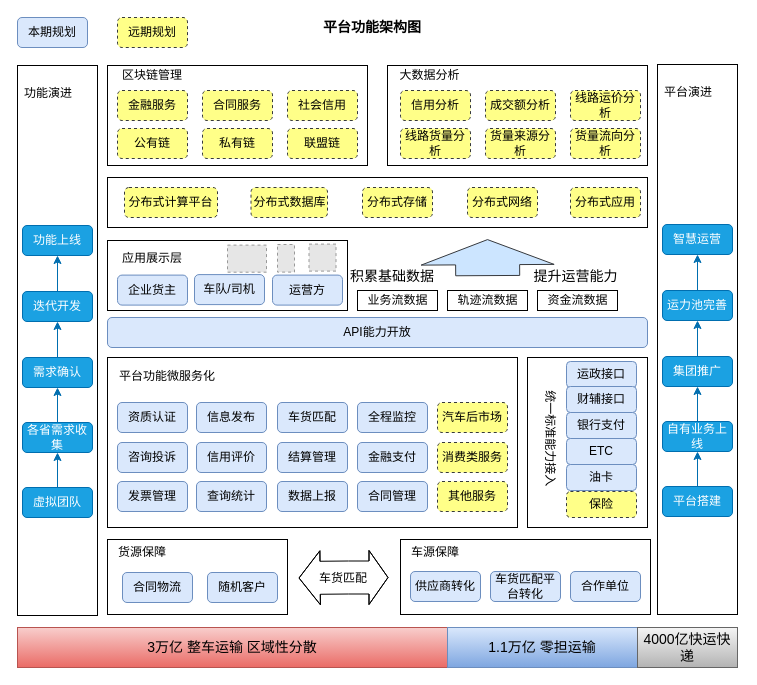
Above: 平台业务架构.drawio in chenyibang/rdpwrap (draw.io), before the change. Source tidied: cells renumbered, new cells numbered last; positions are measured from the earlier drawing's top-left corner, leaving out a move shared by most shapes. Both pictures are drawn from the tidied source at 100%, with x=0, y=0 at pixel (17, 17). Pictures stored in the file or linked from it are replaced by grey dashed boxes.
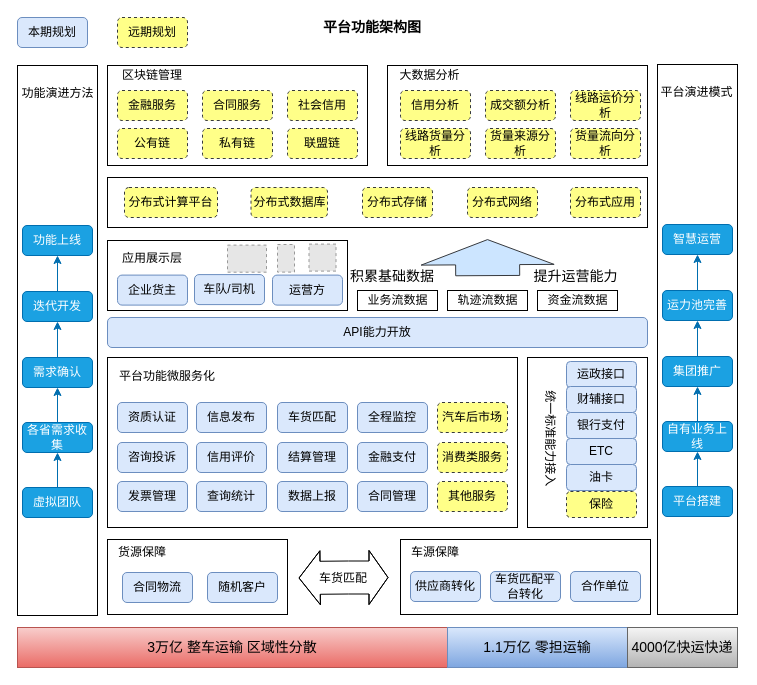
Above is the later version.

Commit message:
更新平台业务架构.drawio

What changed in the source:
```diff
@@
-    <mxCell id="79" value="功能演进" style="text;html=1;strokeColor=none;fillColor=none;align=center;verticalAlign=middle;whiteSpace=wrap;rounded=0;" parent="1" vertex="1">
-      <mxGeometry x="5" y="66" width="52" height="20" as="geometry" />
+    <mxCell id="79" value="功能演进方法" style="text;html=1;strokeColor=none;fillColor=none;align=center;verticalAlign=middle;whiteSpace=wrap;rounded=0;" parent="1" vertex="1">
+      <mxGeometry x="3" y="66" width="75" height="20" as="geometry" />
     </mxCell>
@@
-    <mxCell id="90" value="平台演进" style="text;html=1;strokeColor=none;fillColor=none;align=center;verticalAlign=middle;whiteSpace=wrap;rounded=0;" parent="1" vertex="1">
-      <mxGeometry x="645" y="65" width="52" height="20" as="geometry" />
+    <mxCell id="90" value="平台演进模式" style="text;html=1;strokeColor=none;fillColor=none;align=center;verticalAlign=middle;whiteSpace=wrap;rounded=0;" parent="1" vertex="1">
+      <mxGeometry x="637" y="65" width="85" height="20" as="geometry" />
     </mxCell>
@@
     <mxCell id="102" value="1.1万亿 零担运输" style="rounded=0;whiteSpace=wrap;html=1;strokeColor=#6c8ebf;strokeWidth=1;fontSize=14;fillColor=#dae8fc;gradientColor=#7ea6e0;" parent="1" vertex="1">
-      <mxGeometry x="430" y="610" width="190" height="40" as="geometry" />
+      <mxGeometry x="430" y="610" width="180" height="40" as="geometry" />
     </mxCell>
     <mxCell id="103" value="4000亿快运快递" style="rounded=0;whiteSpace=wrap;html=1;strokeColor=#666666;strokeWidth=1;fontSize=14;fillColor=#f5f5f5;gradientColor=#b3b3b3;" parent="1" vertex="1">
-      <mxGeometry x="620" y="610" width="100" height="40" as="geometry" />
+      <mxGeometry x="610" y="610" width="110" height="40" as="geometry" />
     </mxCell>
```
